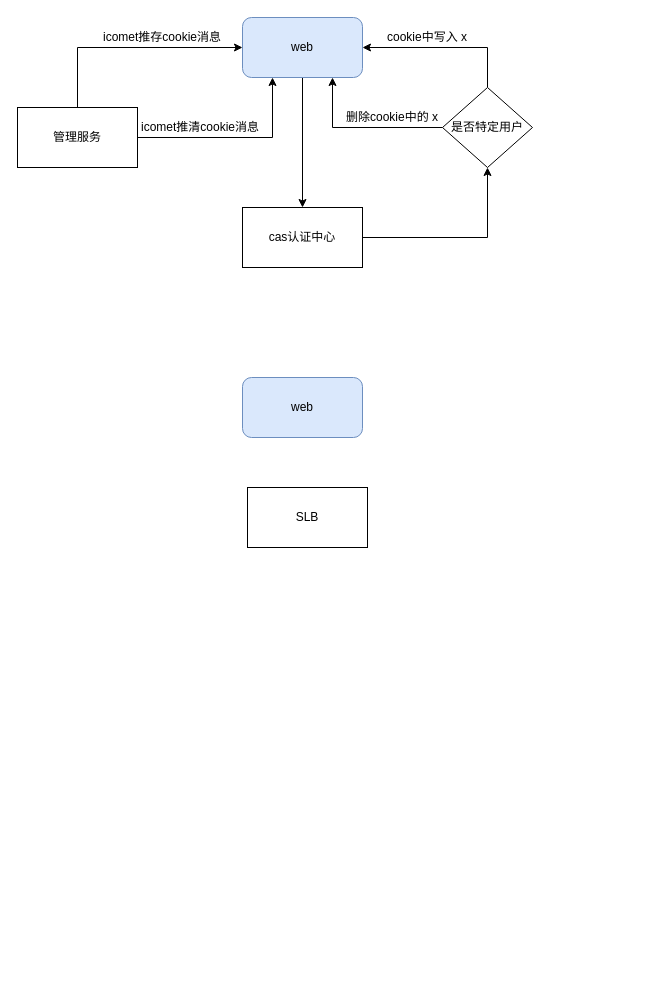
The draw.io diagram 指定用户到预发布服务器.drawio in hibryanx/draws, before the edit. Source tidied: cells renumbered, new cells numbered last; positions are measured from the earlier drawing's top-left corner, leaving out a move shared by most shapes. Both pictures are drawn from the tidied source at 100%, with x=0, y=0 at pixel (17, 17).
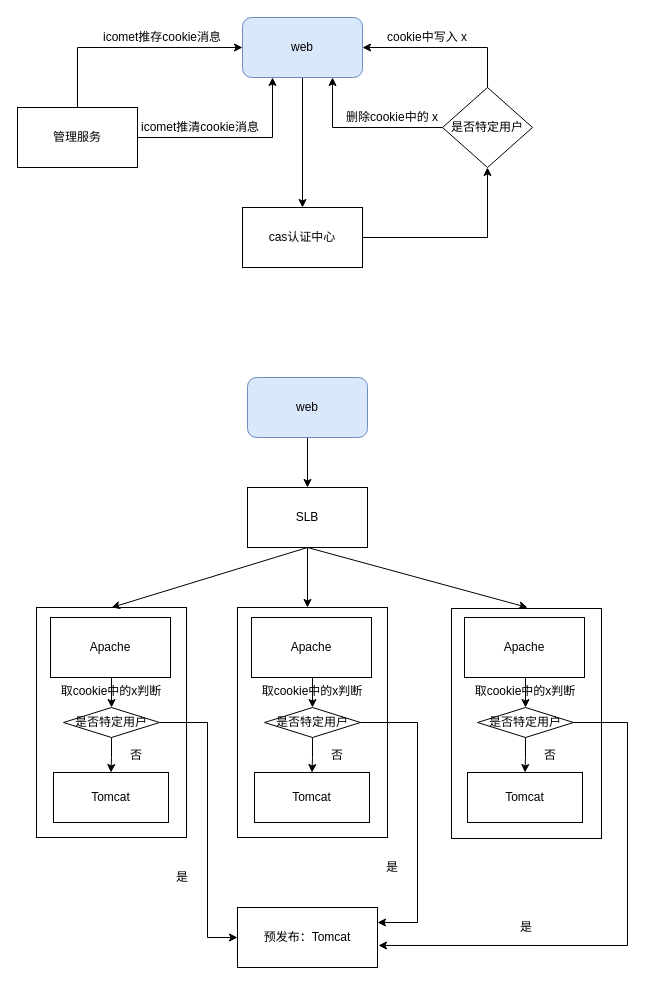
The same diagram, later.

Commit message:
已添加 指定用户到预发布服务器.drawio

Unchanged cells that the change refers to:
```xml
<mxCell id="17" value="SLB" style="rounded=0;whiteSpace=wrap;html=1;" parent="1" vertex="1">
  <mxGeometry x="230" y="470" width="120" height="60" as="geometry" />
</mxCell>
```

The edit, as a diff of the source:
```diff
@@
+    <mxCell id="18" style="rounded=0;whiteSpace=wrap;html=1;" parent="1" vertex="1">
+      <mxGeometry x="19" y="590" width="150" height="230" as="geometry" />
+    </mxCell>
@@
+    <mxCell id="19" style="edgeStyle=orthogonalEdgeStyle;rounded=0;jettySize=auto;html=1;exitX=0.5;exitY=1;exitDx=0;exitDy=0;entryX=0.5;entryY=0;entryDx=0;entryDy=0;" parent="1" edge="1" source="16" target="17">
+      <mxGeometry relative="1" as="geometry" />
+    </mxCell>
     <mxCell id="16" value="web" style="rounded=1;whiteSpace=wrap;html=1;fillColor=#dae8fc;strokeColor=#6c8ebf;" parent="1" vertex="1">
-      <mxGeometry x="225" y="360" width="120" height="60" as="geometry" />
+      <mxGeometry x="230" y="360" width="120" height="60" as="geometry" />
     </mxCell>
@@
+    <mxCell id="20" style="edgeStyle=orthogonalEdgeStyle;rounded=0;jettySize=auto;html=1;exitX=0.5;exitY=1;exitDx=0;exitDy=0;entryX=0.5;entryY=0;entryDx=0;entryDy=0;" parent="1" edge="1" source="21" target="29">
+      <mxGeometry relative="1" as="geometry" />
+    </mxCell>
+    <mxCell id="21" value="Apache" style="rounded=0;whiteSpace=wrap;html=1;" parent="1" vertex="1">
+      <mxGeometry x="33" y="600" width="120" height="60" as="geometry" />
+    </mxCell>
+    <mxCell id="22" value="Tomcat" style="rounded=0;whiteSpace=wrap;html=1;" parent="1" vertex="1">
+      <mxGeometry x="36" y="755" width="115" height="50" as="geometry" />
+    </mxCell>
+    <mxCell id="23" style="endArrow=classic;html=1;exitX=0.5;exitY=1;exitDx=0;exitDy=0;entryX=0.5;entryY=0;entryDx=0;entryDy=0;" parent="1" edge="1" source="17" target="18">
+      <mxGeometry relative="1" as="geometry" />
+    </mxCell>
+    <mxCell id="24" style="endArrow=classic;html=1;exitX=0.5;exitY=1;exitDx=0;exitDy=0;entryX=0.5;entryY=0;entryDx=0;entryDy=0;" parent="1" edge="1" source="17">
+      <mxGeometry relative="1" as="geometry">
+        <mxPoint x="290" y="590" as="targetPoint" />
+      </mxGeometry>
+    </mxCell>
+    <mxCell id="25" style="endArrow=classic;html=1;exitX=0.5;exitY=1;exitDx=0;exitDy=0;" parent="1" edge="1" source="17">
+      <mxGeometry relative="1" as="geometry">
+        <mxPoint x="510" y="590" as="targetPoint" />
+      </mxGeometry>
+    </mxCell>
+    <mxCell id="26" value="预发布：Tomcat" style="rounded=0;whiteSpace=wrap;html=1;" parent="1" vertex="1">
+      <mxGeometry x="220" y="890" width="140" height="60" as="geometry" />
+    </mxCell>
+    <mxCell id="27" style="edgeStyle=orthogonalEdgeStyle;rounded=0;jettySize=auto;html=1;exitX=0.5;exitY=1;exitDx=0;exitDy=0;" parent="1" edge="1" source="29" target="22">
+      <mxGeometry relative="1" as="geometry" />
+    </mxCell>
+    <mxCell id="28" style="edgeStyle=orthogonalEdgeStyle;rounded=0;jettySize=auto;html=1;exitX=1;exitY=0.5;exitDx=0;exitDy=0;entryX=0;entryY=0.5;entryDx=0;entryDy=0;" parent="1" edge="1" source="29" target="26">
+      <mxGeometry relative="1" as="geometry">
+        <Array as="points">
+          <mxPoint x="190" y="705" />
+          <mxPoint x="190" y="920" />
+        </Array>
+      </mxGeometry>
+    </mxCell>
+    <mxCell id="29" value="是否特定用户" style="rhombus;whiteSpace=wrap;html=1;" parent="1" vertex="1">
+      <mxGeometry x="46" y="690" width="96" height="30" as="geometry" />
+    </mxCell>
+    <mxCell id="30" value="否" style="text;html=1;strokeColor=none;fillColor=none;align=center;verticalAlign=middle;whiteSpace=wrap;rounded=0;" parent="1" vertex="1">
+      <mxGeometry x="99" y="727.5" width="40" height="20" as="geometry" />
+    </mxCell>
+    <mxCell id="31" value="取cookie中的x判断" style="text;html=1;strokeColor=none;fillColor=none;align=center;verticalAlign=middle;whiteSpace=wrap;rounded=0;" parent="1" vertex="1">
+      <mxGeometry x="39" y="664" width="110" height="20" as="geometry" />
+    </mxCell>
+    <mxCell id="32" value="是" style="text;html=1;strokeColor=none;fillColor=none;align=center;verticalAlign=middle;whiteSpace=wrap;rounded=0;" parent="1" vertex="1">
+      <mxGeometry x="145" y="850" width="40" height="20" as="geometry" />
+    </mxCell>
+    <mxCell id="33" style="rounded=0;whiteSpace=wrap;html=1;" parent="1" vertex="1">
+      <mxGeometry x="220" y="590" width="150" height="230" as="geometry" />
+    </mxCell>
+    <mxCell id="34" style="edgeStyle=orthogonalEdgeStyle;rounded=0;jettySize=auto;html=1;exitX=0.5;exitY=1;exitDx=0;exitDy=0;entryX=0.5;entryY=0;entryDx=0;entryDy=0;" parent="1" edge="1" source="35" target="39">
+      <mxGeometry relative="1" as="geometry" />
+    </mxCell>
+    <mxCell id="35" value="Apache" style="rounded=0;whiteSpace=wrap;html=1;" parent="1" vertex="1">
+      <mxGeometry x="234" y="600" width="120" height="60" as="geometry" />
+    </mxCell>
+    <mxCell id="36" value="Tomcat" style="rounded=0;whiteSpace=wrap;html=1;" parent="1" vertex="1">
+      <mxGeometry x="237" y="755" width="115" height="50" as="geometry" />
+    </mxCell>
+    <mxCell id="37" style="edgeStyle=orthogonalEdgeStyle;rounded=0;jettySize=auto;html=1;exitX=0.5;exitY=1;exitDx=0;exitDy=0;" parent="1" edge="1" source="39" target="36">
+      <mxGeometry relative="1" as="geometry" />
+    </mxCell>
+    <mxCell id="38" style="edgeStyle=orthogonalEdgeStyle;rounded=0;jettySize=auto;html=1;exitX=1;exitY=0.5;exitDx=0;exitDy=0;entryX=1;entryY=0.25;entryDx=0;entryDy=0;" parent="1" edge="1" source="39" target="26">
+      <mxGeometry relative="1" as="geometry">
+        <Array as="points">
+          <mxPoint x="400" y="705" />
+          <mxPoint x="400" y="905" />
+        </Array>
+      </mxGeometry>
+    </mxCell>
+    <mxCell id="39" value="是否特定用户" style="rhombus;whiteSpace=wrap;html=1;" parent="1" vertex="1">
+      <mxGeometry x="247" y="690" width="96" height="30" as="geometry" />
+    </mxCell>
+    <mxCell id="40" value="否" style="text;html=1;strokeColor=none;fillColor=none;align=center;verticalAlign=middle;whiteSpace=wrap;rounded=0;" parent="1" vertex="1">
+      <mxGeometry x="300" y="727.5" width="40" height="20" as="geometry" />
+    </mxCell>
+    <mxCell id="41" value="取cookie中的x判断" style="text;html=1;strokeColor=none;fillColor=none;align=center;verticalAlign=middle;whiteSpace=wrap;rounded=0;" parent="1" vertex="1">
+      <mxGeometry x="240" y="664" width="110" height="20" as="geometry" />
+    </mxCell>
+    <mxCell id="42" style="rounded=0;whiteSpace=wrap;html=1;" parent="1" vertex="1">
+      <mxGeometry x="434" y="591" width="150" height="230" as="geometry" />
+    </mxCell>
+    <mxCell id="43" style="edgeStyle=orthogonalEdgeStyle;rounded=0;jettySize=auto;html=1;exitX=0.5;exitY=1;exitDx=0;exitDy=0;entryX=0.5;entryY=0;entryDx=0;entryDy=0;" parent="1" edge="1" source="44" target="48">
+      <mxGeometry relative="1" as="geometry" />
+    </mxCell>
+    <mxCell id="44" value="Apache" style="rounded=0;whiteSpace=wrap;html=1;" parent="1" vertex="1">
+      <mxGeometry x="447" y="600" width="120" height="60" as="geometry" />
+    </mxCell>
+    <mxCell id="45" value="Tomcat" style="rounded=0;whiteSpace=wrap;html=1;" parent="1" vertex="1">
+      <mxGeometry x="450" y="755" width="115" height="50" as="geometry" />
+    </mxCell>
+    <mxCell id="46" style="edgeStyle=orthogonalEdgeStyle;rounded=0;jettySize=auto;html=1;exitX=0.5;exitY=1;exitDx=0;exitDy=0;" parent="1" edge="1" source="48" target="45">
+      <mxGeometry relative="1" as="geometry" />
+    </mxCell>
+    <mxCell id="47" style="edgeStyle=orthogonalEdgeStyle;rounded=0;jettySize=auto;html=1;exitX=1;exitY=0.5;exitDx=0;exitDy=0;entryX=1.007;entryY=0.633;entryDx=0;entryDy=0;entryPerimeter=0;" parent="1" edge="1" source="48" target="26">
+      <mxGeometry relative="1" as="geometry">
+        <Array as="points">
+          <mxPoint x="610" y="705" />
+          <mxPoint x="610" y="928" />
+        </Array>
+      </mxGeometry>
+    </mxCell>
+    <mxCell id="48" value="是否特定用户" style="rhombus;whiteSpace=wrap;html=1;" parent="1" vertex="1">
+      <mxGeometry x="460" y="690" width="96" height="30" as="geometry" />
+    </mxCell>
+    <mxCell id="49" value="否" style="text;html=1;strokeColor=none;fillColor=none;align=center;verticalAlign=middle;whiteSpace=wrap;rounded=0;" parent="1" vertex="1">
+      <mxGeometry x="513" y="727.5" width="40" height="20" as="geometry" />
+    </mxCell>
+    <mxCell id="50" value="取cookie中的x判断" style="text;html=1;strokeColor=none;fillColor=none;align=center;verticalAlign=middle;whiteSpace=wrap;rounded=0;" parent="1" vertex="1">
+      <mxGeometry x="453" y="664" width="110" height="20" as="geometry" />
+    </mxCell>
+    <mxCell id="51" value="是" style="text;html=1;strokeColor=none;fillColor=none;align=center;verticalAlign=middle;whiteSpace=wrap;rounded=0;" parent="1" vertex="1">
+      <mxGeometry x="355" y="840" width="40" height="20" as="geometry" />
+    </mxCell>
+    <mxCell id="52" value="是" style="text;html=1;strokeColor=none;fillColor=none;align=center;verticalAlign=middle;whiteSpace=wrap;rounded=0;" parent="1" vertex="1">
+      <mxGeometry x="489" y="900" width="40" height="20" as="geometry" />
+    </mxCell>
```
